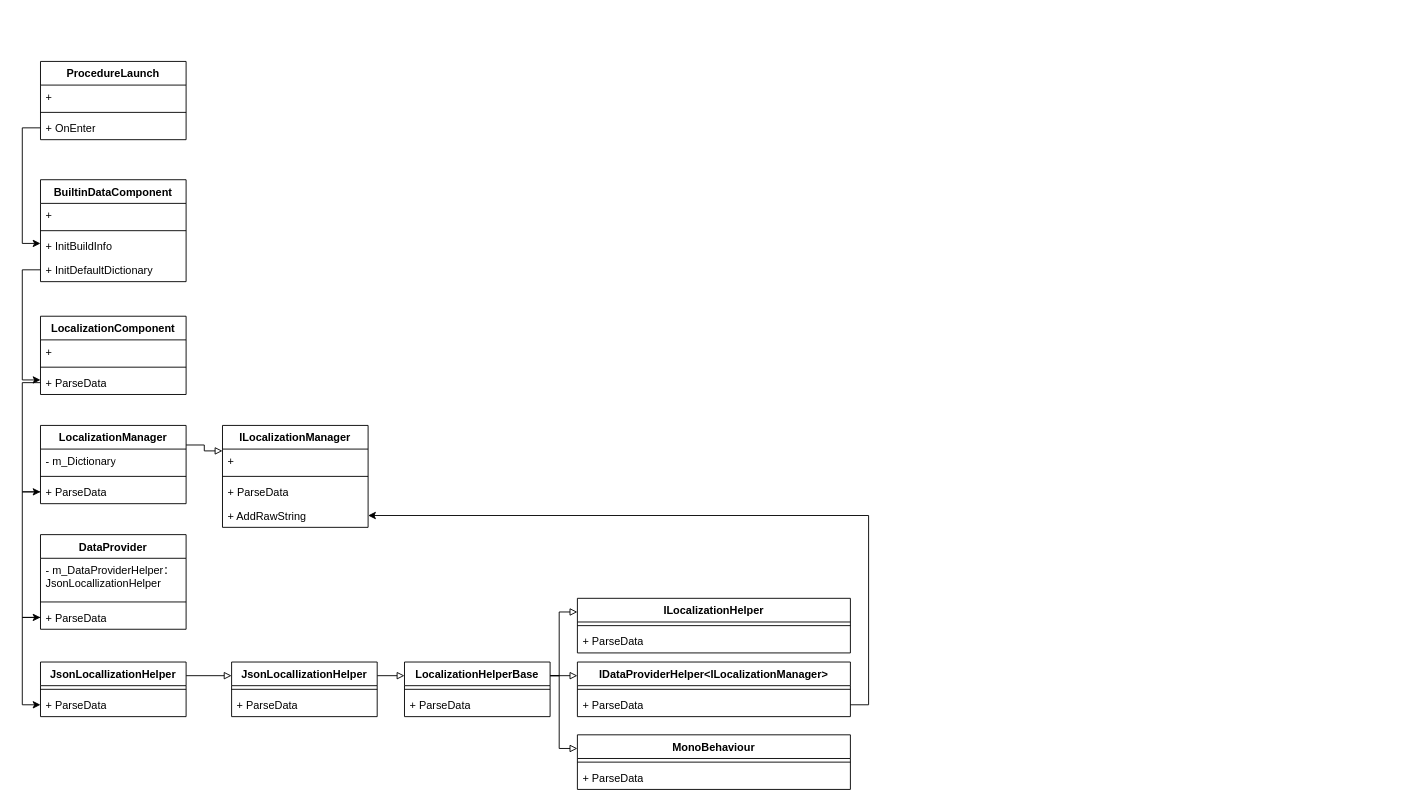
Above: page "本地加载信息及调用" (2 of 4) of GF/启动流程.drawio in GuiYe314/draw.io (draw.io), before the change. Source tidied: cells renumbered, new cells numbered last; positions are measured from the earlier drawing's top-left corner, leaving out a move shared by most shapes. Both pictures are drawn from the tidied source at 91%, with x=0, y=0 at pixel (40, 61).
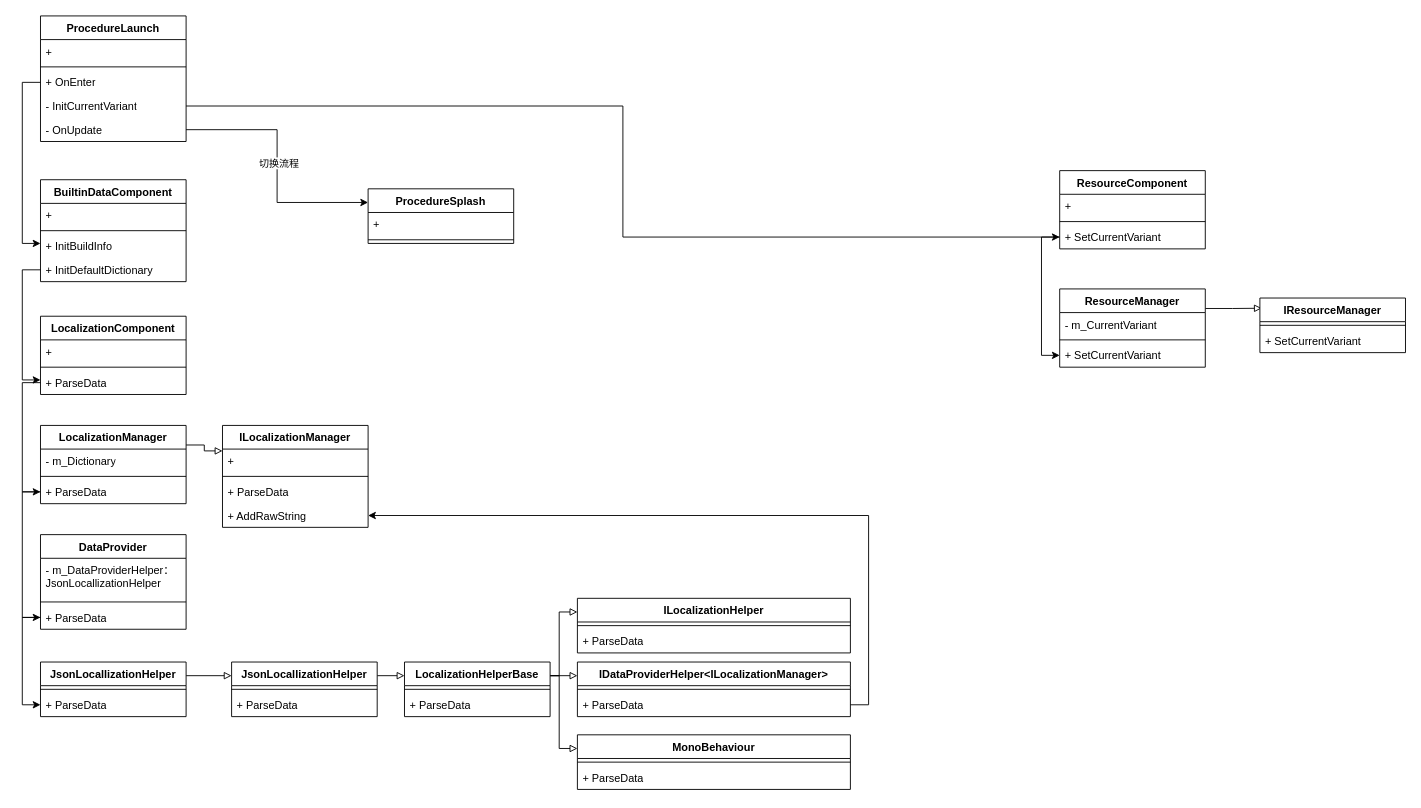
The same page after the edit.

Change to the diagram source:
```diff
@@
     <mxCell id="2" value="ProcedureLaunch" style="swimlane;fontStyle=1;align=center;verticalAlign=top;horizontal=1;startSize=26;whiteSpace=wrap;html=1;" parent="1" vertex="1">
-      <mxGeometry width="160" height="86" as="geometry" />
+      <mxGeometry y="-50" width="160" height="138" as="geometry" />
     </mxCell>
@@
+    <mxCell id="58" value="-&amp;nbsp;InitCurrentVariant" style="text;strokeColor=none;fillColor=none;align=left;verticalAlign=top;spacingLeft=4;spacingRight=4;overflow=hidden;points=[[0,0.5],[1,0.5]];portConstraint=eastwest;whiteSpace=wrap;html=1;" parent="2" vertex="1">
+      <mxGeometry y="86" width="160" height="26" as="geometry" />
+    </mxCell>
+    <mxCell id="59" value="-&amp;nbsp;OnUpdate" style="text;strokeColor=none;fillColor=none;align=left;verticalAlign=top;spacingLeft=4;spacingRight=4;overflow=hidden;points=[[0,0.5],[1,0.5]];portConstraint=eastwest;whiteSpace=wrap;html=1;" parent="2" vertex="1">
+      <mxGeometry y="112" width="160" height="26" as="geometry" />
+    </mxCell>
@@
+    <mxCell id="60" value="ResourceComponent" style="swimlane;fontStyle=1;align=center;verticalAlign=top;horizontal=1;startSize=26;whiteSpace=wrap;html=1;" parent="1" vertex="1">
+      <mxGeometry x="1120" y="120" width="160" height="86" as="geometry" />
+    </mxCell>
+    <mxCell id="61" value="+&amp;nbsp;" style="text;strokeColor=none;fillColor=none;align=left;verticalAlign=top;spacingLeft=4;spacingRight=4;overflow=hidden;whiteSpace=wrap;html=1;" parent="60" vertex="1">
+      <mxGeometry y="26" width="160" height="26" as="geometry" />
+    </mxCell>
+    <mxCell id="62" style="line;strokeWidth=1;fillColor=none;align=left;verticalAlign=middle;spacingTop=-1;spacingLeft=3;spacingRight=3;labelPosition=right;strokeColor=inherit;" parent="60" vertex="1">
+      <mxGeometry y="52" width="160" height="8" as="geometry" />
+    </mxCell>
+    <mxCell id="63" value="+ SetCurrentVariant" style="text;strokeColor=none;fillColor=none;align=left;verticalAlign=top;spacingLeft=4;spacingRight=4;overflow=hidden;points=[[0,0.5],[1,0.5]];portConstraint=eastwest;whiteSpace=wrap;html=1;" parent="60" vertex="1">
+      <mxGeometry y="60" width="160" height="26" as="geometry" />
+    </mxCell>
+    <mxCell id="64" style="edgeStyle=orthogonalEdgeStyle;rounded=0;jettySize=auto;html=1;exitX=1;exitY=0.25;exitDx=0;exitDy=0;entryX=0.013;entryY=0.187;entryDx=0;entryDy=0;endArrow=block;endFill=0;entryPerimeter=0;" parent="1" edge="1" source="65" target="70">
+      <mxGeometry relative="1" as="geometry" />
+    </mxCell>
+    <mxCell id="65" value="ResourceManager" style="swimlane;fontStyle=1;align=center;verticalAlign=top;horizontal=1;startSize=26;whiteSpace=wrap;html=1;" parent="1" vertex="1">
+      <mxGeometry x="1120" y="250" width="160" height="86" as="geometry" />
+    </mxCell>
+    <mxCell id="66" value="-&amp;nbsp;m_CurrentVariant" style="text;strokeColor=none;fillColor=none;align=left;verticalAlign=top;spacingLeft=4;spacingRight=4;overflow=hidden;whiteSpace=wrap;html=1;" parent="65" vertex="1">
+      <mxGeometry y="26" width="160" height="26" as="geometry" />
+    </mxCell>
+    <mxCell id="67" style="line;strokeWidth=1;fillColor=none;align=left;verticalAlign=middle;spacingTop=-1;spacingLeft=3;spacingRight=3;labelPosition=right;strokeColor=inherit;" parent="65" vertex="1">
+      <mxGeometry y="52" width="160" height="8" as="geometry" />
+    </mxCell>
+    <mxCell id="68" value="+ SetCurrentVariant" style="text;strokeColor=none;fillColor=none;align=left;verticalAlign=top;spacingLeft=4;spacingRight=4;overflow=hidden;points=[[0,0.5],[1,0.5]];portConstraint=eastwest;whiteSpace=wrap;html=1;" parent="65" vertex="1">
+      <mxGeometry y="60" width="160" height="26" as="geometry" />
+    </mxCell>
+    <mxCell id="69" style="edgeStyle=orthogonalEdgeStyle;rounded=0;jettySize=auto;html=1;exitX=0;exitY=0.5;exitDx=0;exitDy=0;entryX=0;entryY=0.5;entryDx=0;entryDy=0;" parent="1" edge="1" source="63" target="68">
+      <mxGeometry relative="1" as="geometry" />
+    </mxCell>
+    <mxCell id="70" value="IResourceManager" style="swimlane;fontStyle=1;align=center;verticalAlign=top;horizontal=1;startSize=26;whiteSpace=wrap;html=1;" parent="1" vertex="1">
+      <mxGeometry x="1340" y="260" width="160" height="60" as="geometry" />
+    </mxCell>
+    <mxCell id="71" style="line;strokeWidth=1;fillColor=none;align=left;verticalAlign=middle;spacingTop=-1;spacingLeft=3;spacingRight=3;labelPosition=right;strokeColor=inherit;" parent="70" vertex="1">
+      <mxGeometry y="26" width="160" height="8" as="geometry" />
+    </mxCell>
+    <mxCell id="72" value="+ SetCurrentVariant" style="text;strokeColor=none;fillColor=none;align=left;verticalAlign=top;spacingLeft=4;spacingRight=4;overflow=hidden;whiteSpace=wrap;html=1;" parent="70" vertex="1">
+      <mxGeometry y="34" width="160" height="26" as="geometry" />
+    </mxCell>
+    <mxCell id="73" style="edgeStyle=orthogonalEdgeStyle;rounded=0;jettySize=auto;html=1;exitX=1;exitY=0.5;exitDx=0;exitDy=0;" parent="1" edge="1" source="58" target="63">
+      <mxGeometry relative="1" as="geometry" />
+    </mxCell>
+    <mxCell id="74" value="ProcedureSplash" style="swimlane;fontStyle=1;align=center;verticalAlign=top;horizontal=1;startSize=26;whiteSpace=wrap;html=1;" parent="1" vertex="1">
+      <mxGeometry x="360" y="140" width="160" height="60" as="geometry" />
+    </mxCell>
+    <mxCell id="75" value="+&amp;nbsp;" style="text;strokeColor=none;fillColor=none;align=left;verticalAlign=top;spacingLeft=4;spacingRight=4;overflow=hidden;whiteSpace=wrap;html=1;" parent="74" vertex="1">
+      <mxGeometry y="26" width="160" height="26" as="geometry" />
+    </mxCell>
+    <mxCell id="76" style="line;strokeWidth=1;fillColor=none;align=left;verticalAlign=middle;spacingTop=-1;spacingLeft=3;spacingRight=3;labelPosition=right;strokeColor=inherit;" parent="74" vertex="1">
+      <mxGeometry y="52" width="160" height="8" as="geometry" />
+    </mxCell>
+    <mxCell id="77" style="edgeStyle=orthogonalEdgeStyle;rounded=0;jettySize=auto;html=1;exitX=1;exitY=0.5;exitDx=0;exitDy=0;entryX=0;entryY=0.25;entryDx=0;entryDy=0;" parent="1" edge="1" source="59" target="74">
+      <mxGeometry relative="1" as="geometry" />
+    </mxCell>
+    <mxCell id="78" value="切换流程" style="edgeLabel;html=1;align=center;verticalAlign=middle;" parent="77" vertex="1">
+      <mxGeometry x="-0.03" y="1" relative="1" as="geometry" />
+    </mxCell>
```
